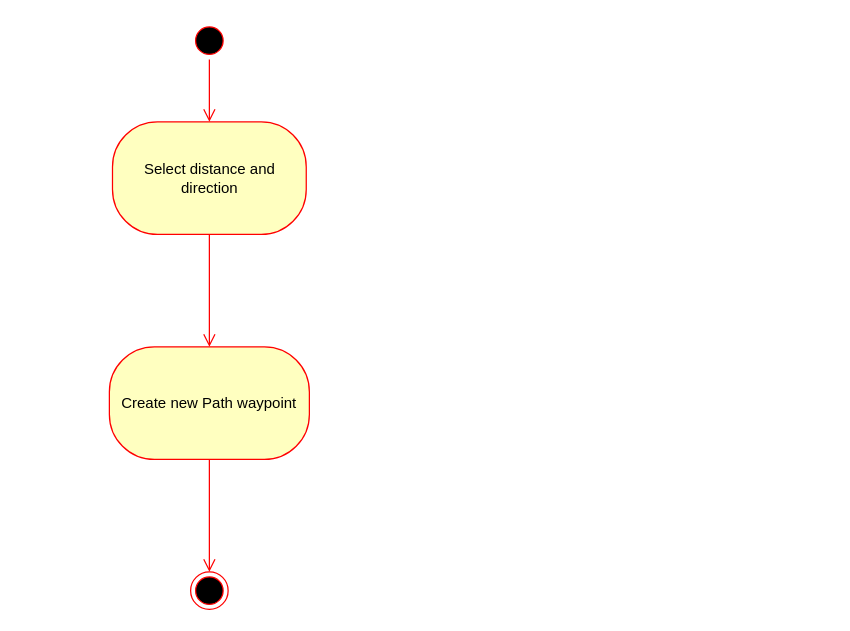
Earlier version of the draw.io diagram SDD/AvoidanceAlgorithmStatechart.drawio (mead-d/Modeling-Unmanned-Aerial-Swarms-Using-Unreal-Game-Engine-and-AirSim-Simulator). Source tidied: cells renumbered, new cells numbered last; positions are measured from the earlier drawing's top-left corner, leaving out a move shared by most shapes. Both pictures are drawn from the tidied source at 125%, with x=0, y=0 at pixel (109, 21).
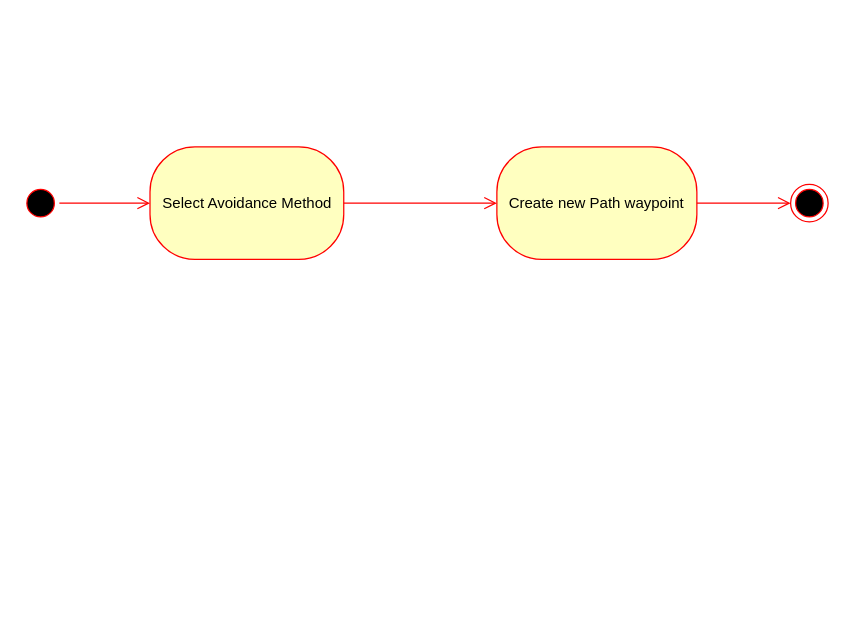
The same diagram, later.

Change to the diagram source:
```diff
@@
 <mxGraphModel>
   <root>
     <mxCell id="0" />
     <mxCell id="1" parent="0" />
     <mxCell id="2" style="ellipse;html=1;shape=startState;fillColor=#000000;strokeColor=#ff0000;" parent="1" vertex="1">
-      <mxGeometry x="65" width="30" height="30" as="geometry" />
+      <mxGeometry x="-70" y="130" width="30" height="30" as="geometry" />
     </mxCell>
-    <mxCell id="3" style="edgeStyle=orthogonalEdgeStyle;html=1;verticalAlign=bottom;endArrow=open;endSize=8;strokeColor=#ff0000;rounded=0;entryX=0.5;entryY=0;entryDx=0;entryDy=0;" parent="1" edge="1" source="2" target="4">
+    <mxCell id="3" style="edgeStyle=orthogonalEdgeStyle;html=1;verticalAlign=bottom;endArrow=open;endSize=8;strokeColor=#ff0000;rounded=0;entryX=0;entryY=0.5;entryDx=0;entryDy=0;exitX=1;exitY=0.5;exitDx=0;exitDy=0;" parent="1" edge="1" source="2" target="4">
       <mxGeometry relative="1" as="geometry" />
     </mxCell>
-    <mxCell id="4" value="Select distance and direction" style="rounded=1;whiteSpace=wrap;html=1;arcSize=40;fontColor=#000000;fillColor=#ffffc0;strokeColor=#ff0000;" parent="1" vertex="1">
-      <mxGeometry x="2.5" y="80" width="155" height="90" as="geometry" />
+    <mxCell id="4" value="Select Avoidance Method" style="rounded=1;whiteSpace=wrap;html=1;arcSize=40;fontColor=#000000;fillColor=#ffffc0;strokeColor=#ff0000;" parent="1" vertex="1">
+      <mxGeometry x="32.5" y="100" width="155" height="90" as="geometry" />
     </mxCell>
-    <mxCell id="5" style="edgeStyle=orthogonalEdgeStyle;html=1;verticalAlign=bottom;endArrow=open;endSize=8;strokeColor=#ff0000;rounded=0;entryX=0.5;entryY=0;entryDx=0;entryDy=0;" parent="1" edge="1" source="4" target="6">
+    <mxCell id="5" style="edgeStyle=orthogonalEdgeStyle;html=1;verticalAlign=bottom;endArrow=open;endSize=8;strokeColor=#ff0000;rounded=0;entryX=0;entryY=0.5;entryDx=0;entryDy=0;exitX=1;exitY=0.5;exitDx=0;exitDy=0;" parent="1" edge="1" source="4" target="6">
       <mxGeometry relative="1" as="geometry" />
     </mxCell>
     <mxCell id="6" value="Create new Path waypoint" style="rounded=1;whiteSpace=wrap;html=1;arcSize=40;fontColor=#000000;fillColor=#ffffc0;strokeColor=#ff0000;" parent="1" vertex="1">
-      <mxGeometry y="260" width="160" height="90" as="geometry" />
+      <mxGeometry x="310" y="100" width="160" height="90" as="geometry" />
     </mxCell>
-    <mxCell id="7" style="edgeStyle=orthogonalEdgeStyle;html=1;verticalAlign=bottom;endArrow=open;endSize=8;strokeColor=#ff0000;rounded=0;entryX=0.5;entryY=0;entryDx=0;entryDy=0;" parent="1" edge="1" source="6" target="8">
+    <mxCell id="7" style="edgeStyle=orthogonalEdgeStyle;html=1;verticalAlign=bottom;endArrow=open;endSize=8;strokeColor=#ff0000;rounded=0;entryX=0;entryY=0.5;entryDx=0;entryDy=0;exitX=1;exitY=0.5;exitDx=0;exitDy=0;" parent="1" edge="1" source="6" target="8">
       <mxGeometry relative="1" as="geometry" />
     </mxCell>
     <mxCell id="8" style="ellipse;html=1;shape=endState;fillColor=#000000;strokeColor=#ff0000;" parent="1" vertex="1">
-      <mxGeometry x="65" y="440" width="30" height="30" as="geometry" />
+      <mxGeometry x="545" y="130" width="30" height="30" as="geometry" />
     </mxCell>
   </root>
 </mxGraphModel>
```
